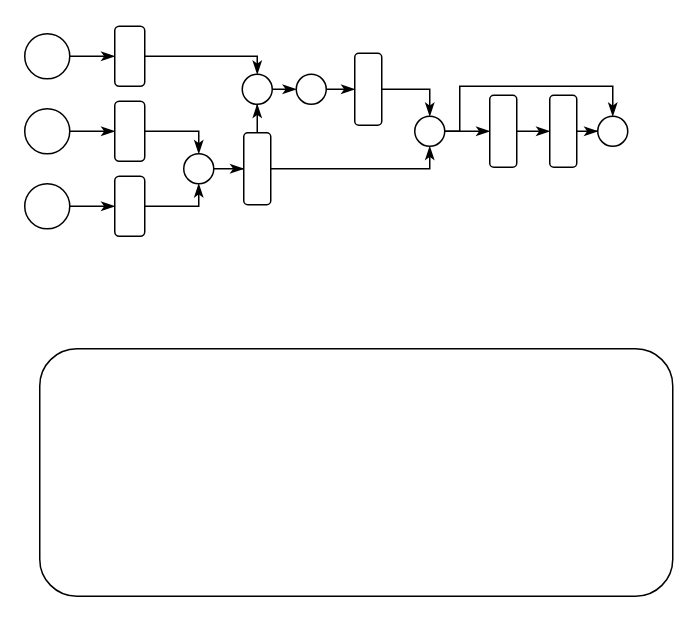
DingDongZz/typera_PicGO keeps this draw.io diagram as DrawIO_file/流程图/差异特征提取.drawio. Above is the earlier version. Source tidied: cells renumbered, new cells numbered last; positions are measured from the earlier drawing's top-left corner, leaving out a move shared by most shapes. Both pictures are drawn from the tidied source at 150%, with x=0, y=0 at pixel (24, 26).
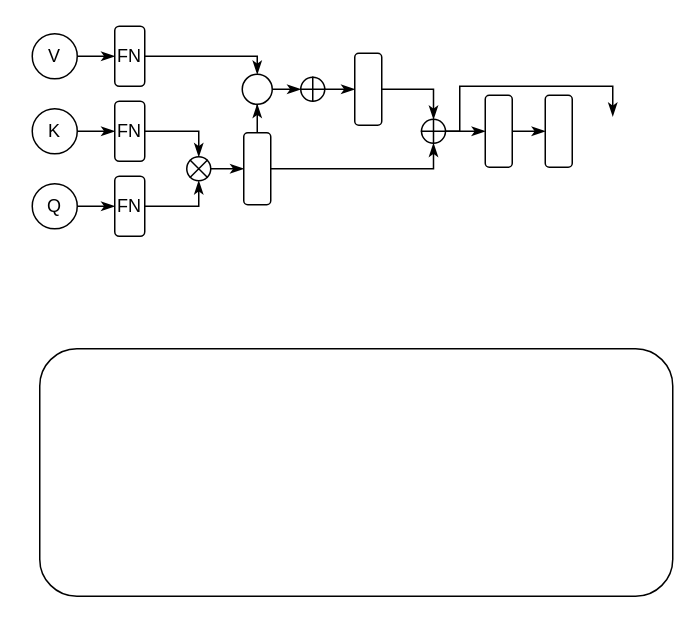
The same page after the edit.

Commit message (it also covers changes not shown here):
更新差异特征提取.drawio

Unchanged cells that the change refers to:
```xml
<mxCell id="19" style="rounded=1;whiteSpace=wrap;html=1;" parent="1" vertex="1">
  <mxGeometry x="146" y="71" width="18" height="48" as="geometry" />
</mxCell>
<mxCell id="21" style="ellipse;whiteSpace=wrap;html=1;" parent="1" vertex="1">
  <mxGeometry x="145" y="32" width="20" height="20" as="geometry" />
</mxCell>
<mxCell id="25" style="rounded=1;whiteSpace=wrap;html=1;" parent="1" vertex="1">
  <mxGeometry x="220" y="18" width="18" height="48" as="geometry" />
</mxCell>
```

Diff of the diagram source:
```diff
@@
-    <mxCell id="4" style="ellipse;whiteSpace=wrap;html=1;" parent="1" vertex="1">
-      <mxGeometry y="5" width="30" height="30" as="geometry" />
+    <mxCell id="4" value="V" style="ellipse;whiteSpace=wrap;html=1;" parent="1" vertex="1">
+      <mxGeometry x="5" y="5" width="30" height="30" as="geometry" />
     </mxCell>
@@
-    <mxCell id="6" style="ellipse;whiteSpace=wrap;html=1;" parent="1" vertex="1">
-      <mxGeometry y="55" width="30" height="30" as="geometry" />
+    <mxCell id="6" value="K" style="ellipse;whiteSpace=wrap;html=1;" parent="1" vertex="1">
+      <mxGeometry x="5" y="55" width="30" height="30" as="geometry" />
     </mxCell>
@@
-    <mxCell id="8" style="ellipse;whiteSpace=wrap;html=1;" parent="1" vertex="1">
-      <mxGeometry y="105" width="30" height="30" as="geometry" />
+    <mxCell id="8" value="Q" style="ellipse;whiteSpace=wrap;html=1;" parent="1" vertex="1">
+      <mxGeometry x="5" y="105" width="30" height="30" as="geometry" />
     </mxCell>
@@
-    <mxCell id="10" style="rounded=1;whiteSpace=wrap;html=1;" parent="1" vertex="1">
+    <mxCell id="10" value="FN" style="rounded=1;whiteSpace=wrap;html=1;" parent="1" vertex="1">
       <mxGeometry x="60" width="20" height="40" as="geometry" />
     </mxCell>
-    <mxCell id="11" style="edgeStyle=orthogonalEdgeStyle;shape=connector;rounded=0;jettySize=auto;html=1;entryX=0.5;entryY=0;entryDx=0;entryDy=0;strokeColor=default;align=center;verticalAlign=middle;fontFamily=Helvetica;fontSize=11;fontColor=default;labelBackgroundColor=default;endArrow=classicThin;endFill=1;" parent="1" edge="1" source="12" target="16">
+    <mxCell id="11" style="edgeStyle=orthogonalEdgeStyle;shape=connector;rounded=0;jettySize=auto;html=1;entryX=0.5;entryY=0;entryDx=0;entryDy=0;strokeColor=default;align=center;verticalAlign=middle;fontFamily=Helvetica;fontSize=11;fontColor=default;labelBackgroundColor=default;endArrow=classicThin;endFill=1;" parent="1" edge="1" source="12" target="37">
       <mxGeometry relative="1" as="geometry">
         <Array as="points">
           <mxPoint x="116" y="70" />
         </Array>
       </mxGeometry>
     </mxCell>
-    <mxCell id="12" style="rounded=1;whiteSpace=wrap;html=1;" parent="1" vertex="1">
+    <mxCell id="12" value="FN" style="rounded=1;whiteSpace=wrap;html=1;" parent="1" vertex="1">
       <mxGeometry x="60" y="50" width="20" height="40" as="geometry" />
     </mxCell>
-    <mxCell id="13" style="edgeStyle=orthogonalEdgeStyle;shape=connector;rounded=0;jettySize=auto;html=1;entryX=0.5;entryY=1;entryDx=0;entryDy=0;strokeColor=default;align=center;verticalAlign=middle;fontFamily=Helvetica;fontSize=11;fontColor=default;labelBackgroundColor=default;endArrow=classicThin;endFill=1;" parent="1" edge="1" source="14" target="16">
+    <mxCell id="13" style="edgeStyle=orthogonalEdgeStyle;shape=connector;rounded=0;jettySize=auto;html=1;entryX=0.5;entryY=1;entryDx=0;entryDy=0;strokeColor=default;align=center;verticalAlign=middle;fontFamily=Helvetica;fontSize=11;fontColor=default;labelBackgroundColor=default;endArrow=classicThin;endFill=1;" parent="1" edge="1" source="14" target="37">
       <mxGeometry relative="1" as="geometry">
         <Array as="points">
           <mxPoint x="116" y="120" />
         </Array>
       </mxGeometry>
     </mxCell>
-    <mxCell id="14" style="rounded=1;whiteSpace=wrap;html=1;" parent="1" vertex="1">
+    <mxCell id="14" value="FN" style="rounded=1;whiteSpace=wrap;html=1;" parent="1" vertex="1">
       <mxGeometry x="60" y="100" width="20" height="40" as="geometry" />
     </mxCell>
-    <mxCell id="15" style="edgeStyle=orthogonalEdgeStyle;shape=connector;rounded=0;jettySize=auto;html=1;entryX=0;entryY=0.5;entryDx=0;entryDy=0;strokeColor=default;align=center;verticalAlign=middle;fontFamily=Helvetica;fontSize=11;fontColor=default;labelBackgroundColor=default;endArrow=classicThin;endFill=1;" parent="1" edge="1" source="16" target="19">
+    <mxCell id="15" style="edgeStyle=orthogonalEdgeStyle;shape=connector;rounded=0;jettySize=auto;html=1;entryX=0;entryY=0.5;entryDx=0;entryDy=0;strokeColor=default;align=center;verticalAlign=middle;fontFamily=Helvetica;fontSize=11;fontColor=default;labelBackgroundColor=default;endArrow=classicThin;endFill=1;exitX=1;exitY=0.5;exitDx=0;exitDy=0;" parent="1" edge="1" source="37" target="19">
       <mxGeometry relative="1" as="geometry" />
     </mxCell>
-    <mxCell id="16" style="ellipse;whiteSpace=wrap;html=1;" parent="1" vertex="1">
-      <mxGeometry x="106" y="85" width="20" height="20" as="geometry" />
-    </mxCell>
@@
-    <mxCell id="18" style="edgeStyle=orthogonalEdgeStyle;shape=connector;rounded=0;jettySize=auto;html=1;entryX=0.5;entryY=1;entryDx=0;entryDy=0;strokeColor=default;align=center;verticalAlign=middle;fontFamily=Helvetica;fontSize=11;fontColor=default;labelBackgroundColor=default;endArrow=classicThin;endFill=1;" parent="1" edge="1" source="19" target="28">
-      <mxGeometry relative="1" as="geometry">
-        <Array as="points">
-          <mxPoint x="270" y="95" />
-        </Array>
-      </mxGeometry>
-    </mxCell>
+    <mxCell id="34" style="edgeStyle=orthogonalEdgeStyle;shape=connector;rounded=0;jettySize=auto;html=1;entryX=0.5;entryY=1;entryDx=0;entryDy=0;strokeColor=default;align=center;verticalAlign=middle;fontFamily=Helvetica;fontSize=11;fontColor=default;labelBackgroundColor=default;endArrow=classicThin;endFill=1;" parent="1" edge="1" source="19" target="42">
+      <mxGeometry relative="1" as="geometry">
+        <Array as="points">
+          <mxPoint x="272" y="95" />
+        </Array>
+      </mxGeometry>
+    </mxCell>
@@
-    <mxCell id="20" style="shape=connector;rounded=0;jettySize=auto;html=1;entryX=0;entryY=0.5;entryDx=0;entryDy=0;strokeColor=default;align=center;verticalAlign=middle;fontFamily=Helvetica;fontSize=11;fontColor=default;labelBackgroundColor=default;endArrow=classicThin;endFill=1;exitX=1;exitY=0.5;exitDx=0;exitDy=0;" parent="1" edge="1" source="21" target="23">
-      <mxGeometry relative="1" as="geometry" />
+    <mxCell id="20" style="shape=connector;rounded=0;jettySize=auto;html=1;entryX=0;entryY=0.5;entryDx=0;entryDy=0;strokeColor=default;align=center;verticalAlign=middle;fontFamily=Helvetica;fontSize=11;fontColor=default;labelBackgroundColor=default;endArrow=classicThin;endFill=1;exitX=1;exitY=0.5;exitDx=0;exitDy=0;" parent="1" edge="1" target="40">
+      <mxGeometry relative="1" as="geometry">
+        <mxPoint x="164" y="42" as="sourcePoint" />
+      </mxGeometry>
     </mxCell>
@@
-    <mxCell id="22" style="shape=connector;rounded=0;jettySize=auto;html=1;entryX=0;entryY=0.5;entryDx=0;entryDy=0;strokeColor=default;align=center;verticalAlign=middle;fontFamily=Helvetica;fontSize=11;fontColor=default;labelBackgroundColor=default;endArrow=classicThin;endFill=1;" parent="1" edge="1" source="23" target="25">
+    <mxCell id="22" style="shape=connector;rounded=0;jettySize=auto;html=1;entryX=0;entryY=0.5;entryDx=0;entryDy=0;strokeColor=default;align=center;verticalAlign=middle;fontFamily=Helvetica;fontSize=11;fontColor=default;labelBackgroundColor=default;endArrow=classicThin;endFill=1;exitX=1;exitY=0.5;exitDx=0;exitDy=0;" parent="1" edge="1" source="40" target="25">
       <mxGeometry relative="1" as="geometry" />
     </mxCell>
-    <mxCell id="23" style="ellipse;whiteSpace=wrap;html=1;" parent="1" vertex="1">
-      <mxGeometry x="181" y="32" width="20" height="20" as="geometry" />
-    </mxCell>
-    <mxCell id="24" style="edgeStyle=orthogonalEdgeStyle;shape=connector;rounded=0;jettySize=auto;html=1;entryX=0.5;entryY=0;entryDx=0;entryDy=0;strokeColor=default;align=center;verticalAlign=middle;fontFamily=Helvetica;fontSize=11;fontColor=default;labelBackgroundColor=default;endArrow=classicThin;endFill=1;" parent="1" edge="1" source="25" target="28">
-      <mxGeometry relative="1" as="geometry">
-        <Array as="points">
-          <mxPoint x="270" y="42" />
-        </Array>
-      </mxGeometry>
-    </mxCell>
+    <mxCell id="35" style="edgeStyle=orthogonalEdgeStyle;shape=connector;rounded=0;jettySize=auto;html=1;entryX=0.5;entryY=0;entryDx=0;entryDy=0;strokeColor=default;align=center;verticalAlign=middle;fontFamily=Helvetica;fontSize=11;fontColor=default;labelBackgroundColor=default;endArrow=classicThin;endFill=1;" parent="1" edge="1" source="25" target="42">
+      <mxGeometry relative="1" as="geometry" />
+    </mxCell>
@@
-    <mxCell id="26" style="edgeStyle=orthogonalEdgeStyle;shape=connector;rounded=0;jettySize=auto;html=1;entryX=0;entryY=0.5;entryDx=0;entryDy=0;strokeColor=default;align=center;verticalAlign=middle;fontFamily=Helvetica;fontSize=11;fontColor=default;labelBackgroundColor=default;endArrow=classicThin;endFill=1;" parent="1" edge="1" source="28" target="30">
-      <mxGeometry relative="1" as="geometry" />
+    <mxCell id="26" style="edgeStyle=orthogonalEdgeStyle;shape=connector;rounded=0;jettySize=auto;html=1;entryX=0;entryY=0.5;entryDx=0;entryDy=0;strokeColor=default;align=center;verticalAlign=middle;fontFamily=Helvetica;fontSize=11;fontColor=default;labelBackgroundColor=default;endArrow=classicThin;endFill=1;" parent="1" edge="1" target="30">
+      <mxGeometry relative="1" as="geometry">
+        <mxPoint x="280" y="70" as="sourcePoint" />
+      </mxGeometry>
     </mxCell>
-    <mxCell id="27" style="edgeStyle=orthogonalEdgeStyle;shape=connector;rounded=0;jettySize=auto;html=1;entryX=0.5;entryY=0;entryDx=0;entryDy=0;strokeColor=default;align=center;verticalAlign=middle;fontFamily=Helvetica;fontSize=11;fontColor=default;labelBackgroundColor=default;endArrow=classicThin;endFill=1;" parent="1" edge="1" source="28" target="33">
+    <mxCell id="27" style="edgeStyle=orthogonalEdgeStyle;shape=connector;rounded=0;orthogonalLoop=1;jettySize=auto;html=1;entryX=0.5;entryY=0;entryDx=0;entryDy=0;strokeColor=default;align=center;verticalAlign=middle;fontFamily=Helvetica;fontSize=11;fontColor=default;labelBackgroundColor=default;endArrow=classicThin;endFill=1;" parent="1" edge="1">
       <mxGeometry relative="1" as="geometry">
+        <mxPoint x="280" y="70" as="sourcePoint" />
+        <mxPoint x="392" y="60" as="targetPoint" />
         <Array as="points">
           <mxPoint x="290" y="70" />
           <mxPoint x="290" y="40" />
           <mxPoint x="392" y="40" />
         </Array>
       </mxGeometry>
     </mxCell>
-    <mxCell id="28" style="ellipse;whiteSpace=wrap;html=1;" parent="1" vertex="1">
-      <mxGeometry x="260" y="60" width="20" height="20" as="geometry" />
-    </mxCell>
@@
     <mxCell id="30" style="rounded=1;whiteSpace=wrap;html=1;" parent="1" vertex="1">
-      <mxGeometry x="310" y="46" width="18" height="48" as="geometry" />
+      <mxGeometry x="307" y="46" width="18" height="48" as="geometry" />
     </mxCell>
-    <mxCell id="31" style="edgeStyle=orthogonalEdgeStyle;shape=connector;rounded=0;jettySize=auto;html=1;entryX=0;entryY=0.5;entryDx=0;entryDy=0;strokeColor=default;align=center;verticalAlign=middle;fontFamily=Helvetica;fontSize=11;fontColor=default;labelBackgroundColor=default;endArrow=classicThin;endFill=1;" parent="1" edge="1" source="32" target="33">
-      <mxGeometry relative="1" as="geometry" />
-    </mxCell>
     <mxCell id="32" style="rounded=1;whiteSpace=wrap;html=1;" parent="1" vertex="1">
-      <mxGeometry x="350" y="46" width="18" height="48" as="geometry" />
+      <mxGeometry x="347" y="46" width="18" height="48" as="geometry" />
     </mxCell>
-    <mxCell id="33" style="ellipse;whiteSpace=wrap;html=1;" parent="1" vertex="1">
-      <mxGeometry x="382" y="60" width="20" height="20" as="geometry" />
-    </mxCell>
+    <mxCell id="36" style="group;" parent="1" vertex="1">
+      <mxGeometry x="108" y="87" width="16" height="16" as="geometry" />
+    </mxCell>
+    <mxCell id="37" style="ellipse;whiteSpace=wrap;html=1;" parent="36" vertex="1">
+      <mxGeometry width="16" height="16" as="geometry" />
+    </mxCell>
+    <mxCell id="38" style="shape=umlDestroy;whiteSpace=wrap;html=1;strokeWidth=1;targetShapes=umlLifeline;fontFamily=Helvetica;fontSize=11;fontColor=default;labelBackgroundColor=default;" parent="36" vertex="1">
+      <mxGeometry x="2" y="2" width="12" height="12" as="geometry" />
+    </mxCell>
+    <mxCell id="39" style="group;" parent="1" vertex="1">
+      <mxGeometry x="183.5" y="33.5" width="17" height="17" as="geometry" />
+    </mxCell>
+    <mxCell id="40" style="ellipse;whiteSpace=wrap;html=1;" parent="39" vertex="1">
+      <mxGeometry x="0.5" y="0.5" width="16" height="16" as="geometry" />
+    </mxCell>
+    <mxCell id="41" style="shape=umlDestroy;whiteSpace=wrap;html=1;strokeWidth=1;targetShapes=umlLifeline;fontFamily=Helvetica;fontSize=11;fontColor=default;labelBackgroundColor=default;rotation=45;" parent="39" vertex="1">
+      <mxGeometry x="2.5" y="2.5" width="12" height="12" as="geometry" />
+    </mxCell>
+    <mxCell id="42" style="ellipse;whiteSpace=wrap;html=1;" parent="1" vertex="1">
+      <mxGeometry x="264.5" y="62" width="16" height="16" as="geometry" />
+    </mxCell>
+    <mxCell id="43" style="shape=umlDestroy;whiteSpace=wrap;html=1;strokeWidth=1;targetShapes=umlLifeline;fontFamily=Helvetica;fontSize=11;fontColor=default;labelBackgroundColor=default;rotation=45;" parent="1" vertex="1">
+      <mxGeometry x="266.5" y="64" width="12" height="12" as="geometry" />
+    </mxCell>
```
